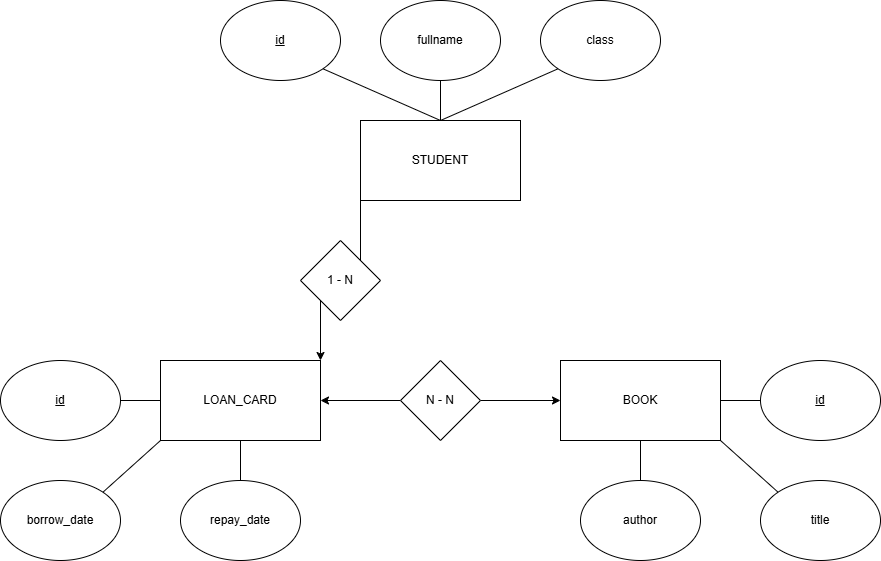
Above: B3.png in HaiDuong2035/Bai3_Session1_CSDL (draw.io), before the change. Source tidied: cells renumbered, new cells last; positions are measured from the earlier drawing's top-left corner, leaving out a move shared by most shapes.
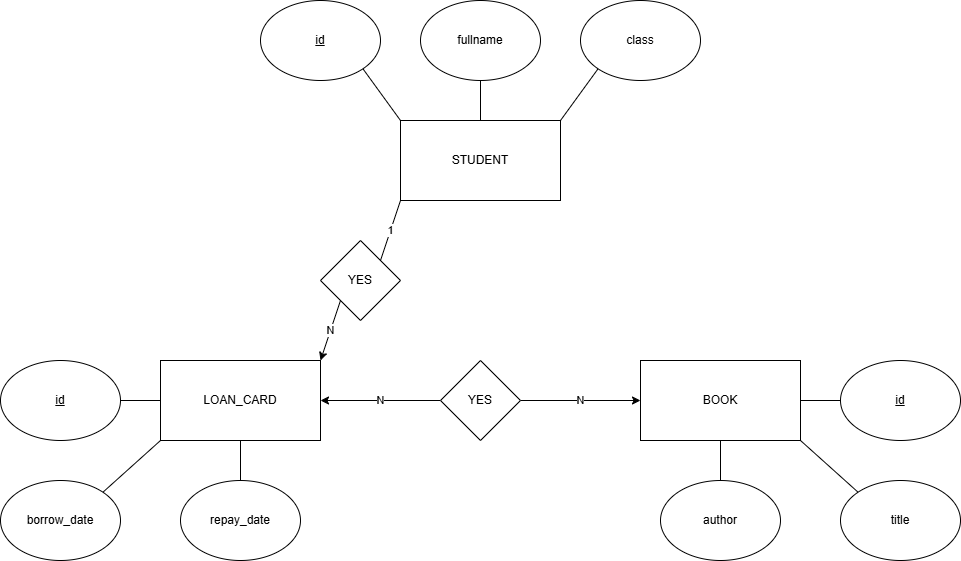
After the commit.

Diff of the diagram source:
```diff
@@ -3,85 +3,85 @@
     <mxCell id="0" />
     <mxCell id="1" parent="0" />
     <mxCell id="2" value="STUDENT" style="rounded=0;whiteSpace=wrap;html=1;" parent="1" vertex="1">
-      <mxGeometry x="360" y="120" width="160" height="80" as="geometry" />
+      <mxGeometry x="300" y="200" width="160" height="80" as="geometry" />
     </mxCell>
-    <mxCell id="3" value="id" style="ellipse;whiteSpace=wrap;html=1;fontStyle=4;" parent="1" vertex="1">
-      <mxGeometry x="220" width="120" height="80" as="geometry" />
-    </mxCell>
     <mxCell id="4" value="fullname" style="ellipse;whiteSpace=wrap;html=1;" parent="1" vertex="1">
-      <mxGeometry x="380" width="120" height="80" as="geometry" />
+      <mxGeometry x="320" y="80" width="120" height="80" as="geometry" />
     </mxCell>
+    <mxCell id="29" value="id" style="ellipse;whiteSpace=wrap;html=1;fontStyle=4;" parent="1" vertex="1">
+      <mxGeometry x="160" y="80" width="120" height="80" as="geometry" />
+    </mxCell>
     <mxCell id="5" value="class" style="ellipse;whiteSpace=wrap;html=1;" parent="1" vertex="1">
-      <mxGeometry x="540" width="120" height="80" as="geometry" />
+      <mxGeometry x="480" y="80" width="120" height="80" as="geometry" />
     </mxCell>
     <mxCell id="6" value="LOAN_CARD" style="rounded=0;whiteSpace=wrap;html=1;" parent="1" vertex="1">
-      <mxGeometry x="160" y="360" width="160" height="80" as="geometry" />
+      <mxGeometry x="60" y="440" width="160" height="80" as="geometry" />
     </mxCell>
-    <mxCell id="7" value="id" style="ellipse;whiteSpace=wrap;html=1;fontStyle=4;" parent="1" vertex="1">
-      <mxGeometry y="360" width="120" height="80" as="geometry" />
-    </mxCell>
+    <mxCell id="30" value="N" style="rounded=0;jettySize=auto;html=1;exitX=0;exitY=1;exitDx=0;exitDy=0;entryX=1;entryY=0;entryDx=0;entryDy=0;" parent="1" edge="1" source="31" target="6">
+      <mxGeometry relative="1" as="geometry" />
+    </mxCell>
+    <mxCell id="31" value="YES" style="rhombus;whiteSpace=wrap;html=1;" parent="1" vertex="1">
+      <mxGeometry x="220" y="320" width="80" height="80" as="geometry" />
+    </mxCell>
+    <mxCell id="32" value="id" style="ellipse;whiteSpace=wrap;html=1;fontStyle=4;" parent="1" vertex="1">
+      <mxGeometry x="-100" y="440" width="120" height="80" as="geometry" />
+    </mxCell>
+    <mxCell id="9" value="repay_date" style="ellipse;whiteSpace=wrap;html=1;" parent="1" vertex="1">
+      <mxGeometry x="80" y="560" width="120" height="80" as="geometry" />
+    </mxCell>
     <mxCell id="8" value="borrow_date" style="ellipse;whiteSpace=wrap;html=1;" parent="1" vertex="1">
-      <mxGeometry y="480" width="120" height="80" as="geometry" />
+      <mxGeometry x="-100" y="560" width="120" height="80" as="geometry" />
     </mxCell>
-    <mxCell id="9" value="repay_date" style="ellipse;whiteSpace=wrap;html=1;" parent="1" vertex="1">
-      <mxGeometry x="180" y="480" width="120" height="80" as="geometry" />
-    </mxCell>
+    <mxCell id="33" value="N" style="edgeStyle=none;rounded=0;jettySize=auto;html=1;exitX=1;exitY=0.5;exitDx=0;exitDy=0;entryX=0;entryY=0.5;entryDx=0;entryDy=0;" parent="1" edge="1" source="35" target="10">
+      <mxGeometry relative="1" as="geometry" />
+    </mxCell>
+    <mxCell id="34" value="N" style="edgeStyle=none;rounded=0;jettySize=auto;html=1;exitX=0;exitY=0.5;exitDx=0;exitDy=0;entryX=1;entryY=0.5;entryDx=0;entryDy=0;" parent="1" edge="1" source="35" target="6">
+      <mxGeometry relative="1" as="geometry" />
+    </mxCell>
+    <mxCell id="35" value="YES" style="rhombus;whiteSpace=wrap;html=1;" parent="1" vertex="1">
+      <mxGeometry x="340" y="440" width="80" height="80" as="geometry" />
+    </mxCell>
     <mxCell id="10" value="BOOK" style="rounded=0;whiteSpace=wrap;html=1;" parent="1" vertex="1">
-      <mxGeometry x="560" y="360" width="160" height="80" as="geometry" />
+      <mxGeometry x="540" y="440" width="160" height="80" as="geometry" />
     </mxCell>
-    <mxCell id="11" value="id" style="ellipse;whiteSpace=wrap;html=1;fontStyle=4;" parent="1" vertex="1">
-      <mxGeometry x="760" y="360" width="120" height="80" as="geometry" />
-    </mxCell>
+    <mxCell id="36" value="id" style="ellipse;whiteSpace=wrap;html=1;fontStyle=4;" parent="1" vertex="1">
+      <mxGeometry x="740" y="440" width="120" height="80" as="geometry" />
+    </mxCell>
+    <mxCell id="13" value="author" style="ellipse;whiteSpace=wrap;html=1;" parent="1" vertex="1">
+      <mxGeometry x="560" y="560" width="120" height="80" as="geometry" />
+    </mxCell>
     <mxCell id="12" value="title" style="ellipse;whiteSpace=wrap;html=1;" parent="1" vertex="1">
-      <mxGeometry x="760" y="480" width="120" height="80" as="geometry" />
+      <mxGeometry x="740" y="560" width="120" height="80" as="geometry" />
     </mxCell>
-    <mxCell id="13" value="author" style="ellipse;whiteSpace=wrap;html=1;" parent="1" vertex="1">
-      <mxGeometry x="580" y="480" width="120" height="80" as="geometry" />
-    </mxCell>
-    <mxCell id="14" style="edgeStyle=orthogonalEdgeStyle;rounded=0;jettySize=auto;html=1;exitX=0;exitY=1;exitDx=0;exitDy=0;entryX=1;entryY=0;entryDx=0;entryDy=0;" parent="1" edge="1" source="15" target="6">
-      <mxGeometry relative="1" as="geometry" />
-    </mxCell>
-    <mxCell id="15" value="1 - N" style="rhombus;whiteSpace=wrap;html=1;" parent="1" vertex="1">
-      <mxGeometry x="300" y="240" width="80" height="80" as="geometry" />
-    </mxCell>
-    <mxCell id="16" style="edgeStyle=orthogonalEdgeStyle;rounded=0;jettySize=auto;html=1;exitX=0;exitY=0.5;exitDx=0;exitDy=0;" parent="1" edge="1" source="18" target="6">
-      <mxGeometry relative="1" as="geometry" />
-    </mxCell>
-    <mxCell id="17" style="edgeStyle=orthogonalEdgeStyle;rounded=0;jettySize=auto;html=1;exitX=1;exitY=0.5;exitDx=0;exitDy=0;entryX=0;entryY=0.5;entryDx=0;entryDy=0;" parent="1" edge="1" source="18" target="10">
-      <mxGeometry relative="1" as="geometry" />
-    </mxCell>
-    <mxCell id="18" value="N - N" style="rhombus;whiteSpace=wrap;html=1;" parent="1" vertex="1">
-      <mxGeometry x="400" y="360" width="80" height="80" as="geometry" />
-    </mxCell>
-    <mxCell id="19" style="endArrow=none;html=1;rounded=0;entryX=1;entryY=1;entryDx=0;entryDy=0;exitX=0.5;exitY=0;exitDx=0;exitDy=0;" parent="1" edge="1" source="2" target="3">
-      <mxGeometry relative="1" as="geometry" />
-    </mxCell>
+    <mxCell id="37" value="1" style="endArrow=none;html=1;rounded=0;entryX=0;entryY=1;entryDx=0;entryDy=0;exitX=1;exitY=0;exitDx=0;exitDy=0;" parent="1" edge="1" source="31" target="2">
+      <mxGeometry relative="1" as="geometry" />
+    </mxCell>
+    <mxCell id="38" style="endArrow=none;html=1;rounded=0;entryX=1;entryY=1;entryDx=0;entryDy=0;exitX=0;exitY=0;exitDx=0;exitDy=0;" parent="1" edge="1" source="2" target="29">
+      <mxGeometry relative="1" as="geometry" />
+    </mxCell>
     <mxCell id="20" style="endArrow=none;html=1;rounded=0;entryX=0.5;entryY=1;entryDx=0;entryDy=0;exitX=0.5;exitY=0;exitDx=0;exitDy=0;" parent="1" edge="1" source="2" target="4">
       <mxGeometry relative="1" as="geometry" />
     </mxCell>
-    <mxCell id="21" style="endArrow=none;html=1;rounded=0;entryX=0;entryY=1;entryDx=0;entryDy=0;exitX=0.5;exitY=0;exitDx=0;exitDy=0;" parent="1" edge="1" source="2" target="5">
+    <mxCell id="21" style="endArrow=none;html=1;rounded=0;entryX=0;entryY=1;entryDx=0;entryDy=0;exitX=1;exitY=0;exitDx=0;exitDy=0;" parent="1" edge="1" source="2" target="5">
       <mxGeometry relative="1" as="geometry" />
     </mxCell>
-    <mxCell id="22" style="endArrow=none;html=1;rounded=0;entryX=0;entryY=0.5;entryDx=0;entryDy=0;exitX=1;exitY=0.5;exitDx=0;exitDy=0;" parent="1" edge="1" source="10" target="11">
-      <mxGeometry relative="1" as="geometry" />
-    </mxCell>
+    <mxCell id="39" style="endArrow=none;html=1;rounded=0;entryX=0;entryY=0.5;entryDx=0;entryDy=0;exitX=1;exitY=0.5;exitDx=0;exitDy=0;" parent="1" edge="1" source="10" target="36">
+      <mxGeometry relative="1" as="geometry" />
+    </mxCell>
     <mxCell id="23" style="endArrow=none;html=1;rounded=0;entryX=0;entryY=0;entryDx=0;entryDy=0;exitX=1;exitY=1;exitDx=0;exitDy=0;" parent="1" edge="1" source="10" target="12">
       <mxGeometry relative="1" as="geometry" />
     </mxCell>
     <mxCell id="24" style="endArrow=none;html=1;rounded=0;entryX=0.5;entryY=1;entryDx=0;entryDy=0;exitX=0.5;exitY=0;exitDx=0;exitDy=0;" parent="1" edge="1" source="13" target="10">
       <mxGeometry relative="1" as="geometry" />
     </mxCell>
-    <mxCell id="25" style="endArrow=none;html=1;rounded=0;entryX=0;entryY=0.5;entryDx=0;entryDy=0;exitX=1;exitY=0.5;exitDx=0;exitDy=0;" parent="1" edge="1" source="7" target="6">
-      <mxGeometry relative="1" as="geometry" />
-    </mxCell>
+    <mxCell id="27" style="endArrow=none;html=1;rounded=0;entryX=0.5;entryY=1;entryDx=0;entryDy=0;exitX=0.5;exitY=0;exitDx=0;exitDy=0;" parent="1" edge="1" source="9" target="6">
+      <mxGeometry relative="1" as="geometry" />
+    </mxCell>
     <mxCell id="26" style="endArrow=none;html=1;rounded=0;entryX=0;entryY=1;entryDx=0;entryDy=0;exitX=1;exitY=0;exitDx=0;exitDy=0;" parent="1" edge="1" source="8" target="6">
       <mxGeometry relative="1" as="geometry" />
     </mxCell>
-    <mxCell id="27" style="endArrow=none;html=1;rounded=0;entryX=0.5;entryY=1;entryDx=0;entryDy=0;exitX=0.5;exitY=0;exitDx=0;exitDy=0;" parent="1" edge="1" source="9" target="6">
-      <mxGeometry relative="1" as="geometry" />
-    </mxCell>
-    <mxCell id="28" style="endArrow=none;html=1;rounded=0;entryX=0;entryY=1;entryDx=0;entryDy=0;exitX=1;exitY=0;exitDx=0;exitDy=0;" parent="1" edge="1" source="15" target="2">
-      <mxGeometry relative="1" as="geometry" />
-    </mxCell>
+    <mxCell id="40" style="endArrow=none;html=1;rounded=0;entryX=0;entryY=0.5;entryDx=0;entryDy=0;exitX=1;exitY=0.5;exitDx=0;exitDy=0;" parent="1" edge="1" source="32" target="6">
+      <mxGeometry relative="1" as="geometry" />
+    </mxCell>
   </root>
 </mxGraphModel>
```
